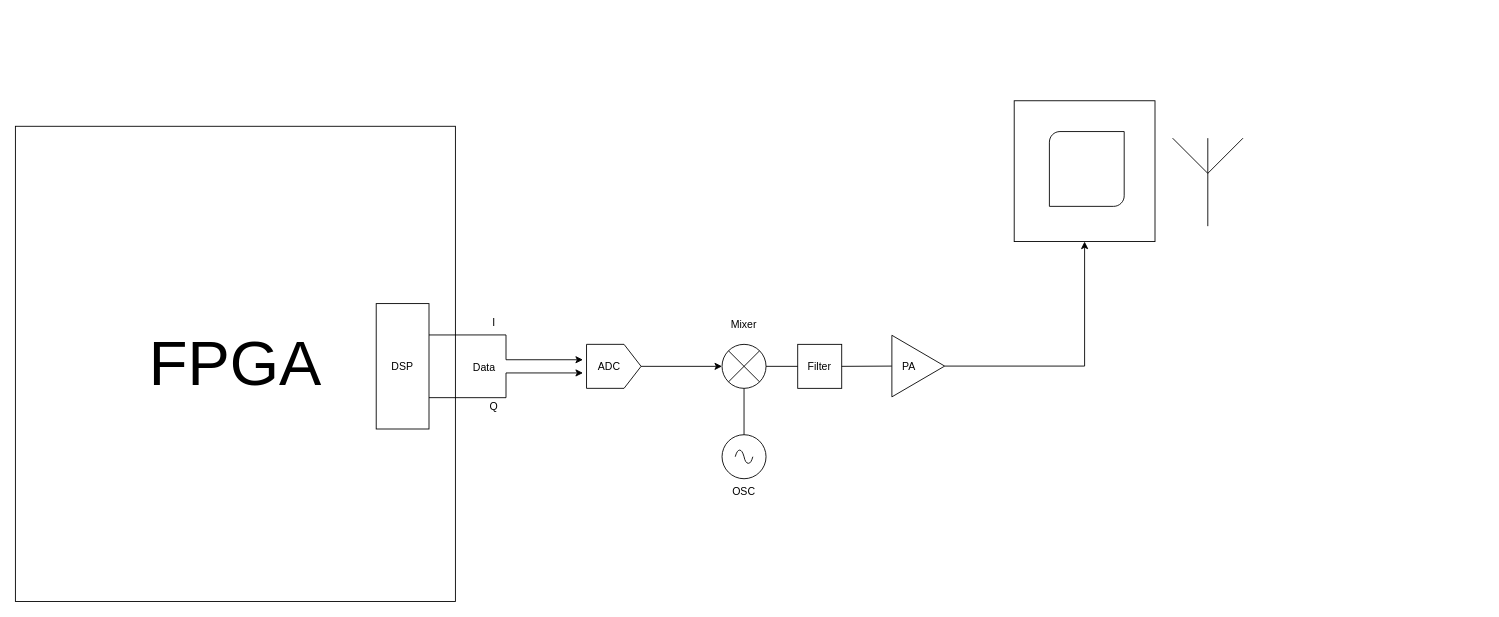
The draw.io diagram sys-diagram.drawio in spacelab-ufsc/sband-transmitter, before the edit. Source tidied: cells renumbered, new cells numbered last; positions are measured from the earlier drawing's top-left corner, leaving out a move shared by most shapes. Both pictures are drawn from the tidied source at 88%, with x=0, y=0 at pixel (15, 100).
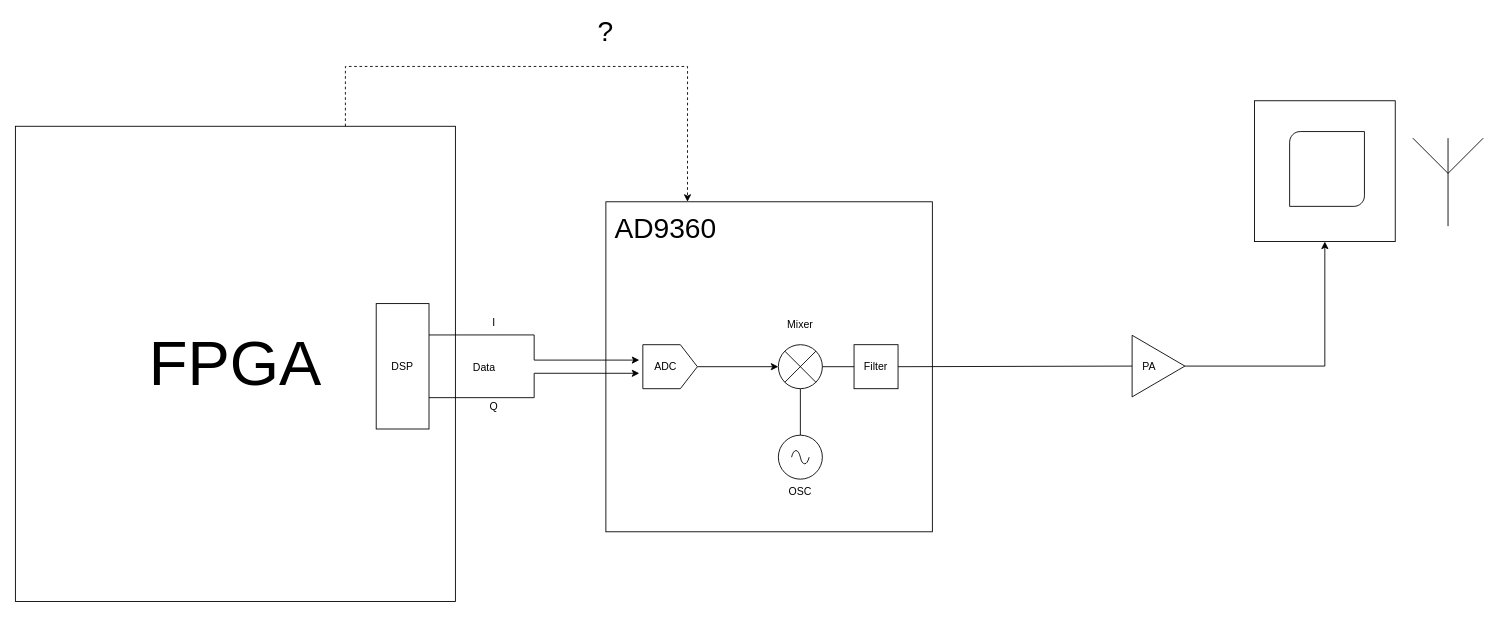
The same diagram, later.

Commit message:
main: sys-diagram file edited

Diff of the diagram source:
```diff
@@
+    <mxCell id="27" style="rounded=0;whiteSpace=wrap;html=1;fillColor=none;" parent="1" vertex="1">
+      <mxGeometry x="671" y="114.8" width="371" height="375" as="geometry" />
+    </mxCell>
+    <mxCell id="28" style="edgeStyle=orthogonalEdgeStyle;rounded=0;jettySize=auto;html=1;exitX=0.75;exitY=0;exitDx=0;exitDy=0;entryX=0.25;entryY=0;entryDx=0;entryDy=0;dashed=1;" parent="1" edge="1" source="2" target="27">
+      <mxGeometry relative="1" as="geometry">
+        <Array as="points">
+          <mxPoint x="375" y="-39" />
+          <mxPoint x="764" y="-39" />
+        </Array>
+      </mxGeometry>
+    </mxCell>
-    <mxCell id="2" value="&lt;font style=&quot;font-size: 72px;&quot;&gt;FPGA&lt;/font&gt;" style="rounded=0;whiteSpace=wrap;html=1;" parent="1" vertex="1">
+    <mxCell id="2" value="&lt;font style=&quot;font-size: 72px;&quot;&gt;FPGA&lt;/font&gt;" style="rounded=0;whiteSpace=wrap;html=1;fillColor=none;" parent="1" vertex="1">
       <mxGeometry y="29" width="500" height="540" as="geometry" />
     </mxCell>
     <mxCell id="3" style="whiteSpace=wrap;html=1;" parent="1" vertex="1">
-      <mxGeometry x="1135" width="160" height="160" as="geometry" />
+      <mxGeometry x="1408" width="160" height="160" as="geometry" />
     </mxCell>
     <mxCell id="4" style="verticalLabelPosition=bottom;verticalAlign=top;html=1;shape=mxgraph.basic.diag_round_rect;dx=6;whiteSpace=wrap;" parent="1" vertex="1">
-      <mxGeometry x="1175" y="35" width="85" height="85" as="geometry" />
+      <mxGeometry x="1448" y="35" width="85" height="85" as="geometry" />
     </mxCell>
     <mxCell id="5" style="ellipse;whiteSpace=wrap;html=1;" parent="1" vertex="1">
-      <mxGeometry x="803" y="276.8" width="50" height="50" as="geometry" />
+      <mxGeometry x="867" y="277.2" width="50" height="50" as="geometry" />
     </mxCell>
@@
     <mxCell id="7" style="verticalLabelPosition=bottom;shadow=0;dashed=0;align=center;html=1;verticalAlign=top;shape=mxgraph.electrical.signal_sources.source;points=[[0.5,0,0],[1,0.5,0],[0.5,1,0],[0,0.5,0]];elSignalType=ac;" parent="1" vertex="1">
-      <mxGeometry x="803" y="379.5" width="50" height="50" as="geometry" />
+      <mxGeometry x="867" y="380" width="50" height="50" as="geometry" />
     </mxCell>
@@
     <mxCell id="9" value="Filter" style="whiteSpace=wrap;html=1;" parent="1" vertex="1">
-      <mxGeometry x="889" y="276.8" width="50" height="50" as="geometry" />
+      <mxGeometry x="953" y="277.2" width="50" height="50" as="geometry" />
     </mxCell>
@@
     <mxCell id="12" value="Mix&lt;span style=&quot;background-color: transparent; color: light-dark(rgb(0, 0, 0), rgb(255, 255, 255));&quot;&gt;er&lt;/span&gt;" style="text;strokeColor=none;align=center;fillColor=none;html=1;verticalAlign=middle;whiteSpace=wrap;rounded=0;" parent="1" vertex="1">
-      <mxGeometry x="798" y="239.5" width="60" height="30" as="geometry" />
+      <mxGeometry x="862" y="240" width="60" height="30" as="geometry" />
     </mxCell>
     <mxCell id="13" value="OSC" style="text;strokeColor=none;align=center;fillColor=none;html=1;verticalAlign=middle;whiteSpace=wrap;rounded=0;" parent="1" vertex="1">
-      <mxGeometry x="798" y="429.5" width="60" height="30" as="geometry" />
+      <mxGeometry x="862" y="430" width="60" height="30" as="geometry" />
     </mxCell>
@@
     <mxCell id="16" value="&amp;nbsp; &amp;nbsp;PA" style="triangle;whiteSpace=wrap;html=1;align=left;" parent="1" vertex="1">
-      <mxGeometry x="996" y="266.5" width="60" height="70" as="geometry" />
+      <mxGeometry x="1269" y="266.5" width="60" height="70" as="geometry" />
     </mxCell>
@@
     <mxCell id="18" style="verticalLabelPosition=bottom;shadow=0;dashed=0;align=center;html=1;verticalAlign=top;shape=mxgraph.electrical.radio.aerial_-_antenna_1;" parent="1" vertex="1">
-      <mxGeometry x="1315" y="42.5" width="80" height="100" as="geometry" />
+      <mxGeometry x="1588" y="42.5" width="80" height="100" as="geometry" />
     </mxCell>
@@
     <mxCell id="23" style="verticalLabelPosition=bottom;verticalAlign=top;html=1;shape=offPageConnector;rounded=0;size=0.3125;rotation=-90;" parent="1" vertex="1">
-      <mxGeometry x="655" y="270.8" width="50" height="62" as="geometry" />
+      <mxGeometry x="719" y="271.2" width="50" height="62" as="geometry" />
     </mxCell>
     <mxCell id="24" value="ADC" style="text;strokeColor=none;align=center;fillColor=none;html=1;verticalAlign=middle;whiteSpace=wrap;rounded=0;" parent="1" vertex="1">
-      <mxGeometry x="645" y="286.8" width="60" height="30" as="geometry" />
+      <mxGeometry x="709" y="287.2" width="60" height="30" as="geometry" />
     </mxCell>
@@
+    <mxCell id="29" value="&lt;font style=&quot;font-size: 32px;&quot;&gt;AD9360&lt;/font&gt;" style="text;html=1;align=center;verticalAlign=middle;whiteSpace=wrap;rounded=0;" parent="1" vertex="1">
+      <mxGeometry x="709" y="130" width="60" height="30" as="geometry" />
+    </mxCell>
+    <mxCell id="30" value="&lt;span style=&quot;font-size: 32px;&quot;&gt;?&lt;/span&gt;" style="text;html=1;align=center;verticalAlign=middle;whiteSpace=wrap;rounded=0;" parent="1" vertex="1">
+      <mxGeometry x="641" y="-93" width="60" height="30" as="geometry" />
+    </mxCell>
```
